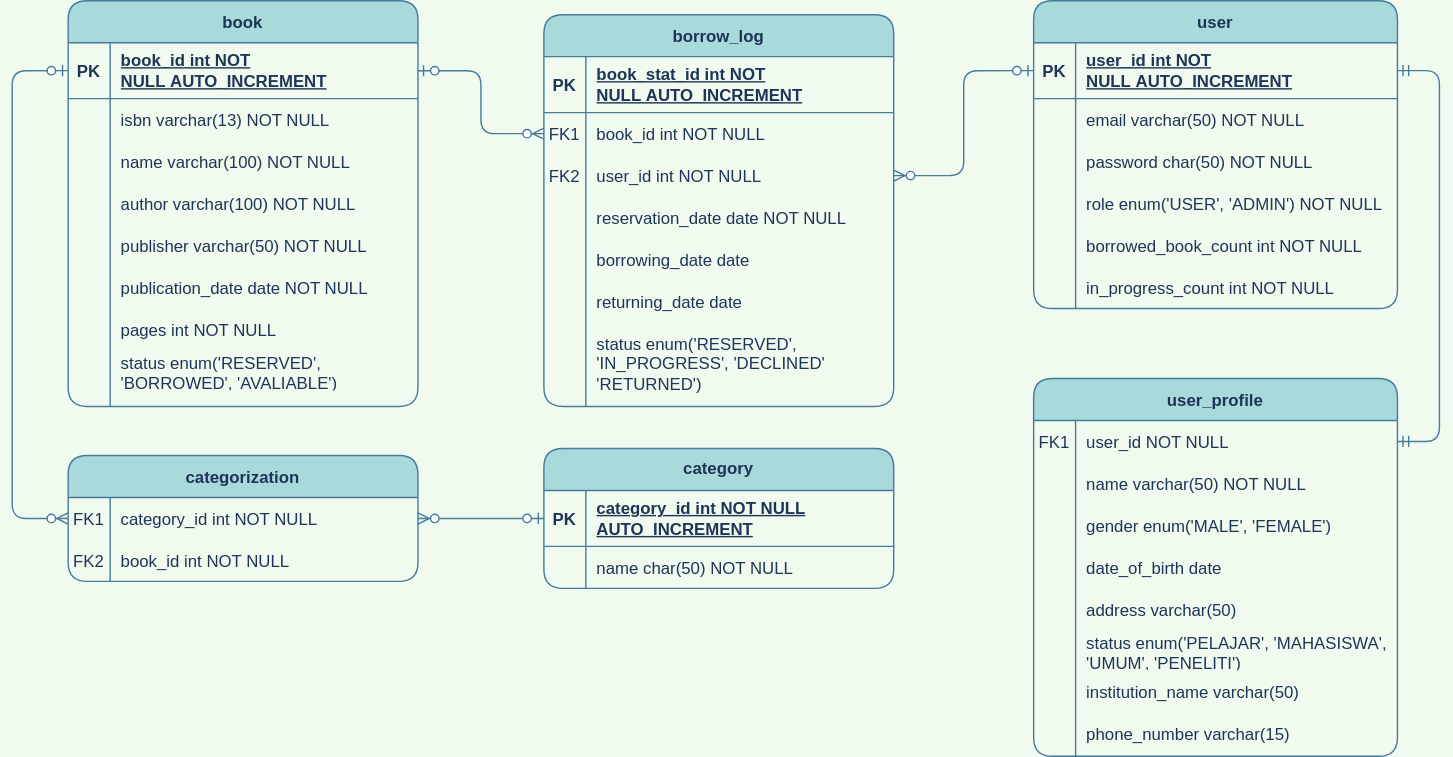
This is public/img/database_scheme.drawio.svg from praktikum-tiunpad-2021/proyek-web-asal-in, a draw.io export, as it was before one commit. Source tidied: cells renumbered, new cells last; positions are measured from the earlier drawing's top-left corner, leaving out a move shared by most shapes.
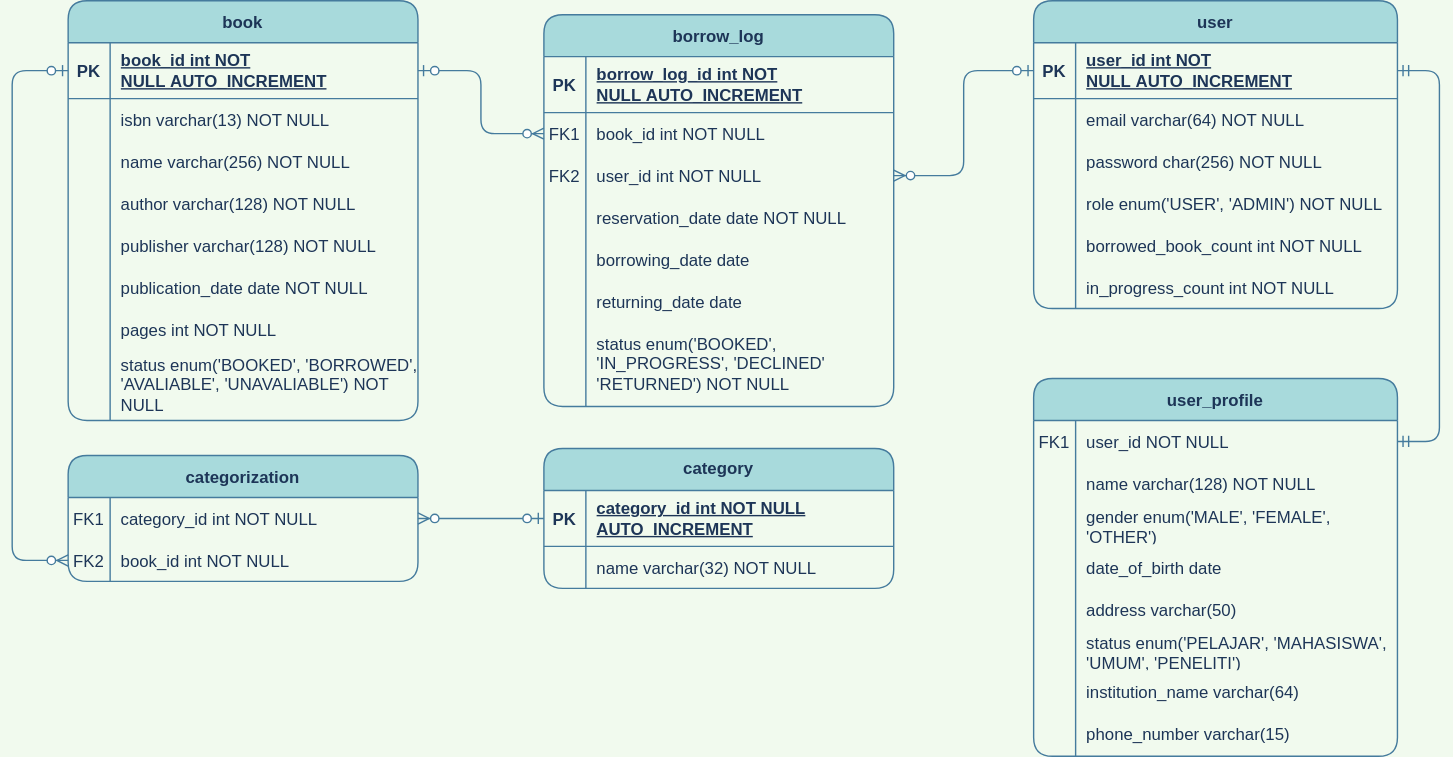
The same diagram one commit later.

Change to the diagram source:
```diff
@@ -3,7 +3,7 @@
     <mxCell id="0" />
     <mxCell id="1" parent="0" />
     <mxCell id="2" value="book" style="shape=table;startSize=30;rowLines=0;fontStyle=1;align=center;rounded=1;fillColor=#A8DADC;strokeColor=#457B9D;fontColor=#1D3557;" parent="1" vertex="1">
-      <mxGeometry x="40" width="250" height="290" as="geometry" />
+      <mxGeometry x="40" width="250" height="300" as="geometry" />
     </mxCell>
     <mxCell id="3" style="shape=partialRectangle;fillColor=none;points=[[0,0.5],[1,0.5]];portConstraint=eastwest;top=0;left=0;right=0;bottom=1;rounded=1;strokeColor=#457B9D;fontColor=#1D3557;" parent="2" vertex="1">
       <mxGeometry y="30" width="250" height="40" as="geometry" />
@@ -29,7 +29,7 @@
     <mxCell id="10" style="shape=partialRectangle;overflow=hidden;fillColor=none;top=0;left=0;bottom=0;right=0;rounded=1;strokeColor=#457B9D;fontColor=#1D3557;" parent="9" vertex="1">
       <mxGeometry width="30" height="30" as="geometry" />
     </mxCell>
-    <mxCell id="11" value="name varchar(100) NOT NULL" style="shape=partialRectangle;overflow=hidden;fillColor=none;top=0;left=0;bottom=0;right=0;align=left;spacingLeft=6;rounded=1;strokeColor=#457B9D;fontColor=#1D3557;" parent="9" vertex="1">
+    <mxCell id="11" value="name varchar(256) NOT NULL" style="shape=partialRectangle;overflow=hidden;fillColor=none;top=0;left=0;bottom=0;right=0;align=left;spacingLeft=6;rounded=1;strokeColor=#457B9D;fontColor=#1D3557;" parent="9" vertex="1">
       <mxGeometry x="30" width="220" height="30" as="geometry" />
     </mxCell>
     <mxCell id="12" style="shape=partialRectangle;fillColor=none;top=0;left=0;right=0;bottom=0;rounded=1;strokeColor=#457B9D;fontColor=#1D3557;" parent="2" vertex="1">
@@ -38,7 +38,7 @@
     <mxCell id="13" style="shape=partialRectangle;overflow=hidden;fillColor=none;top=0;left=0;bottom=0;right=0;rounded=1;strokeColor=#457B9D;fontColor=#1D3557;" parent="12" vertex="1">
       <mxGeometry width="30" height="30" as="geometry" />
     </mxCell>
-    <mxCell id="14" value="author varchar(100) NOT NULL" style="shape=partialRectangle;overflow=hidden;fillColor=none;top=0;left=0;bottom=0;right=0;align=left;spacingLeft=6;rounded=1;strokeColor=#457B9D;fontColor=#1D3557;" parent="12" vertex="1">
+    <mxCell id="14" value="author varchar(128) NOT NULL" style="shape=partialRectangle;overflow=hidden;fillColor=none;top=0;left=0;bottom=0;right=0;align=left;spacingLeft=6;rounded=1;strokeColor=#457B9D;fontColor=#1D3557;" parent="12" vertex="1">
       <mxGeometry x="30" width="220" height="30" as="geometry" />
     </mxCell>
     <mxCell id="15" style="shape=partialRectangle;fillColor=none;top=0;left=0;right=0;bottom=0;rounded=1;strokeColor=#457B9D;fontColor=#1D3557;" parent="2" vertex="1">
@@ -47,7 +47,7 @@
     <mxCell id="16" style="shape=partialRectangle;overflow=hidden;fillColor=none;top=0;left=0;bottom=0;right=0;rounded=1;strokeColor=#457B9D;fontColor=#1D3557;" parent="15" vertex="1">
       <mxGeometry width="30" height="30" as="geometry" />
     </mxCell>
-    <mxCell id="17" value="publisher varchar(50) NOT NULL" style="shape=partialRectangle;overflow=hidden;fillColor=none;top=0;left=0;bottom=0;right=0;align=left;spacingLeft=6;rounded=1;strokeColor=#457B9D;fontColor=#1D3557;" parent="15" vertex="1">
+    <mxCell id="17" value="publisher varchar(128) NOT NULL" style="shape=partialRectangle;overflow=hidden;fillColor=none;top=0;left=0;bottom=0;right=0;align=left;spacingLeft=6;rounded=1;strokeColor=#457B9D;fontColor=#1D3557;" parent="15" vertex="1">
       <mxGeometry x="30" width="220" height="30" as="geometry" />
     </mxCell>
     <mxCell id="18" style="shape=partialRectangle;fillColor=none;top=0;left=0;right=0;bottom=0;rounded=1;strokeColor=#457B9D;fontColor=#1D3557;" parent="2" vertex="1">
@@ -69,13 +69,13 @@
       <mxGeometry x="30" width="220" height="30" as="geometry" />
     </mxCell>
     <mxCell id="24" style="shape=partialRectangle;fillColor=none;top=0;left=0;right=0;bottom=0;rounded=1;strokeColor=#457B9D;fontColor=#1D3557;" parent="2" vertex="1">
-      <mxGeometry y="250" width="250" height="30" as="geometry" />
+      <mxGeometry y="250" width="250" height="50" as="geometry" />
     </mxCell>
     <mxCell id="25" style="shape=partialRectangle;overflow=hidden;fillColor=none;top=0;left=0;bottom=0;right=0;rounded=1;strokeColor=#457B9D;fontColor=#1D3557;" parent="24" vertex="1">
-      <mxGeometry width="30" height="30" as="geometry" />
+      <mxGeometry width="30" height="50" as="geometry" />
     </mxCell>
-    <mxCell id="26" value="status enum('RESERVED', 'BORROWED', 'AVALIABLE')" style="shape=partialRectangle;overflow=hidden;fillColor=none;top=0;left=0;bottom=0;right=0;align=left;spacingLeft=6;whiteSpace=wrap;rounded=1;strokeColor=#457B9D;fontColor=#1D3557;" parent="24" vertex="1">
-      <mxGeometry x="30" width="220" height="30" as="geometry" />
+    <mxCell id="26" value="status enum('BOOKED', 'BORROWED', 'AVALIABLE', 'UNAVALIABLE') NOT NULL" style="shape=partialRectangle;overflow=hidden;fillColor=none;top=0;left=0;bottom=0;right=0;align=left;spacingLeft=6;whiteSpace=wrap;rounded=1;strokeColor=#457B9D;fontColor=#1D3557;" parent="24" vertex="1">
+      <mxGeometry x="30" width="220" height="50" as="geometry" />
     </mxCell>
     <mxCell id="27" value="user_profile" style="shape=table;startSize=30;rowLines=0;fontStyle=1;align=center;rounded=1;fillColor=#A8DADC;strokeColor=#457B9D;fontColor=#1D3557;" parent="1" vertex="1">
       <mxGeometry x="730" y="270" width="260" height="270" as="geometry" />
@@ -95,7 +95,7 @@
     <mxCell id="32" style="shape=partialRectangle;overflow=hidden;fillColor=none;top=0;left=0;bottom=0;right=0;rounded=1;strokeColor=#457B9D;fontColor=#1D3557;" parent="31" vertex="1">
       <mxGeometry width="30" height="30" as="geometry" />
     </mxCell>
-    <mxCell id="33" value="name varchar(50) NOT NULL" style="shape=partialRectangle;overflow=hidden;fillColor=none;top=0;left=0;bottom=0;right=0;align=left;spacingLeft=6;rounded=1;strokeColor=#457B9D;fontColor=#1D3557;" parent="31" vertex="1">
+    <mxCell id="33" value="name varchar(128) NOT NULL" style="shape=partialRectangle;overflow=hidden;fillColor=none;top=0;left=0;bottom=0;right=0;align=left;spacingLeft=6;rounded=1;strokeColor=#457B9D;fontColor=#1D3557;" parent="31" vertex="1">
       <mxGeometry x="30" width="230" height="30" as="geometry" />
     </mxCell>
     <mxCell id="34" style="shape=partialRectangle;fillColor=none;top=0;left=0;right=0;bottom=0;rounded=1;strokeColor=#457B9D;fontColor=#1D3557;" parent="27" vertex="1">
@@ -104,7 +104,7 @@
     <mxCell id="35" style="shape=partialRectangle;overflow=hidden;fillColor=none;top=0;left=0;bottom=0;right=0;rounded=1;strokeColor=#457B9D;fontColor=#1D3557;" parent="34" vertex="1">
       <mxGeometry width="30" height="30" as="geometry" />
     </mxCell>
-    <mxCell id="36" value="gender enum('MALE', 'FEMALE')" style="shape=partialRectangle;overflow=hidden;fillColor=none;top=0;left=0;bottom=0;right=0;align=left;spacingLeft=6;rounded=1;strokeColor=#457B9D;fontColor=#1D3557;" parent="34" vertex="1">
+    <mxCell id="36" value="gender enum('MALE', 'FEMALE', 'OTHER')" style="shape=partialRectangle;overflow=hidden;fillColor=none;top=0;left=0;bottom=0;right=0;align=left;spacingLeft=6;rounded=1;strokeColor=#457B9D;fontColor=#1D3557;whiteSpace=wrap;" parent="34" vertex="1">
       <mxGeometry x="30" width="230" height="30" as="geometry" />
     </mxCell>
     <mxCell id="37" style="shape=partialRectangle;fillColor=none;points=[[0,0.5],[1,0.5]];portConstraint=eastwest;top=0;left=0;right=0;bottom=0;rounded=1;strokeColor=#457B9D;fontColor=#1D3557;" parent="27" vertex="1">
@@ -140,7 +140,7 @@
     <mxCell id="47" style="shape=partialRectangle;overflow=hidden;fillColor=none;top=0;left=0;bottom=0;right=0;rounded=1;strokeColor=#457B9D;fontColor=#1D3557;" parent="46" vertex="1">
       <mxGeometry width="30" height="30" as="geometry" />
     </mxCell>
-    <mxCell id="48" value="institution_name varchar(50)" style="shape=partialRectangle;overflow=hidden;fillColor=none;top=0;left=0;bottom=0;right=0;align=left;spacingLeft=6;whiteSpace=wrap;rounded=1;strokeColor=#457B9D;fontColor=#1D3557;" parent="46" vertex="1">
+    <mxCell id="48" value="institution_name varchar(64)" style="shape=partialRectangle;overflow=hidden;fillColor=none;top=0;left=0;bottom=0;right=0;align=left;spacingLeft=6;whiteSpace=wrap;rounded=1;strokeColor=#457B9D;fontColor=#1D3557;" parent="46" vertex="1">
       <mxGeometry x="30" width="230" height="30" as="geometry" />
     </mxCell>
     <mxCell id="49" style="shape=partialRectangle;fillColor=none;top=0;left=0;right=0;bottom=0;rounded=1;strokeColor=#457B9D;fontColor=#1D3557;" parent="27" vertex="1">
@@ -173,7 +173,7 @@
     <mxCell id="58" style="shape=partialRectangle;overflow=hidden;fillColor=none;top=0;left=0;bottom=0;right=0;rounded=1;strokeColor=#457B9D;fontColor=#1D3557;" parent="57" vertex="1">
       <mxGeometry width="30" height="30" as="geometry" />
     </mxCell>
-    <mxCell id="59" value="email varchar(50) NOT NULL" style="shape=partialRectangle;overflow=hidden;fillColor=none;top=0;left=0;bottom=0;right=0;align=left;spacingLeft=6;rounded=1;strokeColor=#457B9D;fontColor=#1D3557;" parent="57" vertex="1">
+    <mxCell id="59" value="email varchar(64) NOT NULL" style="shape=partialRectangle;overflow=hidden;fillColor=none;top=0;left=0;bottom=0;right=0;align=left;spacingLeft=6;rounded=1;strokeColor=#457B9D;fontColor=#1D3557;" parent="57" vertex="1">
       <mxGeometry x="30" width="230" height="30" as="geometry" />
     </mxCell>
     <mxCell id="60" style="shape=partialRectangle;fillColor=none;top=0;left=0;right=0;bottom=0;rounded=1;strokeColor=#457B9D;fontColor=#1D3557;" parent="53" vertex="1">
@@ -182,7 +182,7 @@
     <mxCell id="61" style="shape=partialRectangle;overflow=hidden;fillColor=none;top=0;left=0;bottom=0;right=0;rounded=1;strokeColor=#457B9D;fontColor=#1D3557;" parent="60" vertex="1">
       <mxGeometry width="30" height="30" as="geometry" />
     </mxCell>
-    <mxCell id="62" value="password char(50) NOT NULL" style="shape=partialRectangle;overflow=hidden;fillColor=none;top=0;left=0;bottom=0;right=0;align=left;spacingLeft=6;rounded=1;strokeColor=#457B9D;fontColor=#1D3557;" parent="60" vertex="1">
+    <mxCell id="62" value="password char(256) NOT NULL" style="shape=partialRectangle;overflow=hidden;fillColor=none;top=0;left=0;bottom=0;right=0;align=left;spacingLeft=6;rounded=1;strokeColor=#457B9D;fontColor=#1D3557;" parent="60" vertex="1">
       <mxGeometry x="30" width="230" height="30" as="geometry" />
     </mxCell>
     <mxCell id="63" style="shape=partialRectangle;fillColor=none;top=0;left=0;right=0;bottom=0;rounded=1;strokeColor=#457B9D;fontColor=#1D3557;" parent="53" vertex="1">
@@ -221,7 +221,7 @@
     <mxCell id="74" value="PK" style="shape=partialRectangle;overflow=hidden;fillColor=none;top=0;left=0;bottom=0;right=0;fontStyle=1;rounded=1;strokeColor=#457B9D;fontColor=#1D3557;" parent="73" vertex="1">
       <mxGeometry width="30" height="40" as="geometry" />
     </mxCell>
-    <mxCell id="75" value="book_stat_id int NOT NULL AUTO_INCREMENT" style="shape=partialRectangle;overflow=hidden;fillColor=none;top=0;left=0;bottom=0;right=0;align=left;spacingLeft=6;fontStyle=5;rounded=1;strokeColor=#457B9D;fontColor=#1D3557;whiteSpace=wrap;" parent="73" vertex="1">
+    <mxCell id="75" value="borrow_log_id int NOT NULL AUTO_INCREMENT" style="shape=partialRectangle;overflow=hidden;fillColor=none;top=0;left=0;bottom=0;right=0;align=left;spacingLeft=6;fontStyle=5;rounded=1;strokeColor=#457B9D;fontColor=#1D3557;whiteSpace=wrap;" parent="73" vertex="1">
       <mxGeometry x="30" width="220" height="40" as="geometry" />
     </mxCell>
     <mxCell id="76" style="shape=partialRectangle;fillColor=none;points=[[0,0.5],[1,0.5]];portConstraint=eastwest;top=0;left=0;right=0;bottom=0;rounded=1;strokeColor=#457B9D;fontColor=#1D3557;" parent="72" vertex="1">
@@ -275,7 +275,7 @@
     <mxCell id="92" style="shape=partialRectangle;overflow=hidden;fillColor=none;top=0;left=0;bottom=0;right=0;rounded=1;strokeColor=#457B9D;fontColor=#1D3557;" parent="91" vertex="1">
       <mxGeometry width="30" height="60" as="geometry" />
     </mxCell>
-    <mxCell id="93" value="status enum('RESERVED', 'IN_PROGRESS', 'DECLINED' 'RETURNED')" style="shape=partialRectangle;overflow=hidden;fillColor=none;top=0;left=0;bottom=0;right=0;align=left;spacingLeft=6;whiteSpace=wrap;verticalAlign=middle;rounded=1;strokeColor=#457B9D;fontColor=#1D3557;" parent="91" vertex="1">
+    <mxCell id="93" value="status enum('BOOKED', 'IN_PROGRESS', 'DECLINED' 'RETURNED') NOT NULL" style="shape=partialRectangle;overflow=hidden;fillColor=none;top=0;left=0;bottom=0;right=0;align=left;spacingLeft=6;whiteSpace=wrap;verticalAlign=middle;rounded=1;strokeColor=#457B9D;fontColor=#1D3557;" parent="91" vertex="1">
       <mxGeometry x="30" width="220" height="60" as="geometry" />
     </mxCell>
     <mxCell id="94" style="edgeStyle=entityRelationEdgeStyle;fontSize=12;html=1;endArrow=ERmandOne;startArrow=ERmandOne;exitX=1;exitY=0.5;exitDx=0;exitDy=0;strokeColor=#457B9D;fontColor=#1D3557;labelBackgroundColor=#F1FAEE;" parent="1" edge="1" source="54" target="28">
@@ -305,7 +305,7 @@
     <mxCell id="102" style="shape=partialRectangle;overflow=hidden;fillColor=none;top=0;left=0;bottom=0;right=0;rounded=1;strokeColor=#457B9D;fontColor=#1D3557;" parent="101" vertex="1">
       <mxGeometry width="30" height="30" as="geometry" />
     </mxCell>
-    <mxCell id="103" value="name char(50) NOT NULL" style="shape=partialRectangle;overflow=hidden;fillColor=none;top=0;left=0;bottom=0;right=0;align=left;spacingLeft=6;rounded=1;strokeColor=#457B9D;fontColor=#1D3557;" parent="101" vertex="1">
+    <mxCell id="103" value="name varchar(32) NOT NULL" style="shape=partialRectangle;overflow=hidden;fillColor=none;top=0;left=0;bottom=0;right=0;align=left;spacingLeft=6;rounded=1;strokeColor=#457B9D;fontColor=#1D3557;" parent="101" vertex="1">
       <mxGeometry x="30" width="220" height="30" as="geometry" />
     </mxCell>
     <mxCell id="104" value="categorization" style="shape=table;startSize=30;rowLines=0;fontStyle=1;align=center;rounded=1;fillColor=#A8DADC;strokeColor=#457B9D;fontColor=#1D3557;" parent="1" vertex="1">
@@ -332,11 +332,11 @@
     <mxCell id="111" style="edgeStyle=entityRelationEdgeStyle;fontSize=12;html=1;endArrow=ERzeroToMany;startArrow=ERzeroToOne;entryX=1;entryY=0.5;entryDx=0;entryDy=0;strokeColor=#457B9D;fontColor=#1D3557;labelBackgroundColor=#F1FAEE;" parent="1" edge="1" source="98" target="105">
       <mxGeometry relative="1" as="geometry" />
     </mxCell>
-    <mxCell id="112" style="edgeStyle=orthogonalEdgeStyle;fontSize=12;html=1;endArrow=ERzeroToMany;startArrow=ERzeroToOne;entryX=0;entryY=0.5;entryDx=0;entryDy=0;exitX=0;exitY=0.5;exitDx=0;exitDy=0;strokeColor=#457B9D;fontColor=#1D3557;labelBackgroundColor=#F1FAEE;" parent="1" edge="1" source="3" target="105">
+    <mxCell id="112" style="edgeStyle=orthogonalEdgeStyle;fontSize=12;html=1;endArrow=ERzeroToMany;startArrow=ERzeroToOne;exitX=0;exitY=0.5;exitDx=0;exitDy=0;strokeColor=#457B9D;fontColor=#1D3557;labelBackgroundColor=#F1FAEE;" parent="1" edge="1" source="3" target="108">
       <mxGeometry relative="1" as="geometry">
         <Array as="points">
           <mxPoint y="50" />
-          <mxPoint y="370" />
+          <mxPoint y="400" />
         </Array>
       </mxGeometry>
     </mxCell>
```
